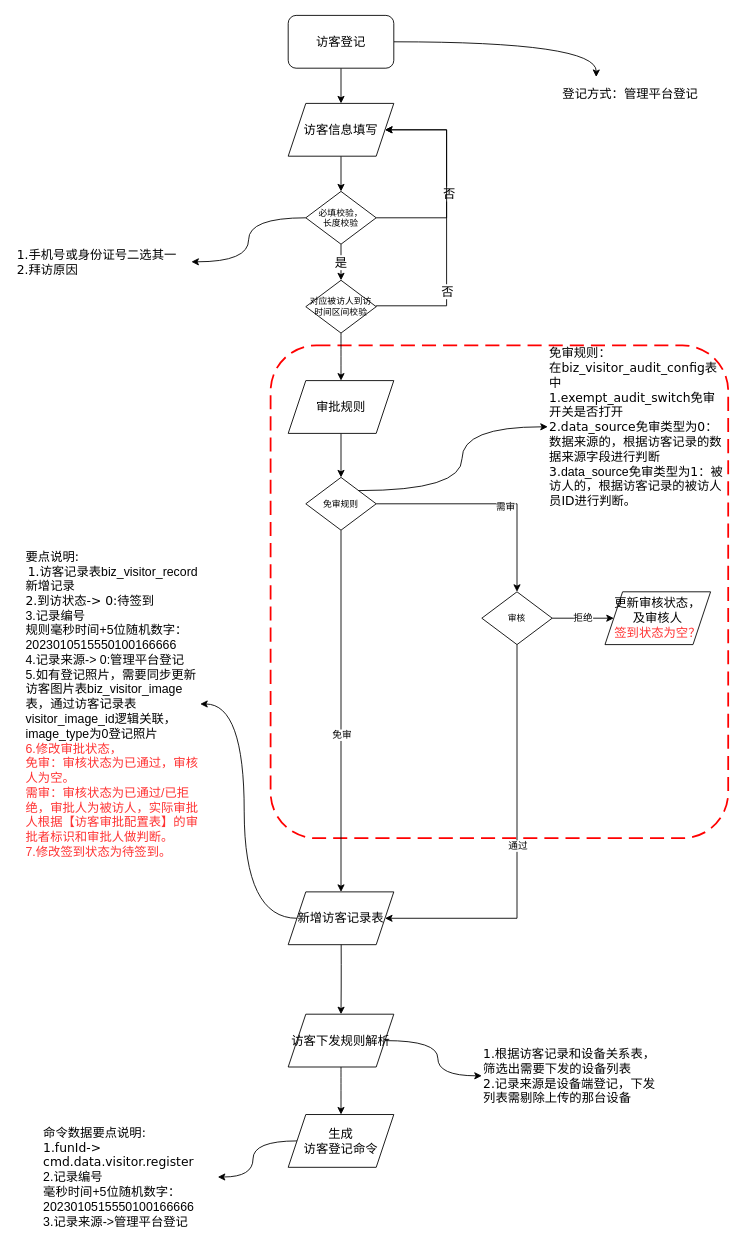
Above: page "访客登记细化-管理平台登记" (2 of 10) of 访客迭代3.7.1-平台和小程序和设备交互流程.drawio in chwnjianhui/draw.io (draw.io), before the change. Source tidied: cells renumbered, new cells numbered last; positions are measured from the earlier drawing's top-left corner, leaving out a move shared by most shapes. Both pictures are drawn from the tidied source at 88%, with x=0, y=0 at pixel (15, 15).
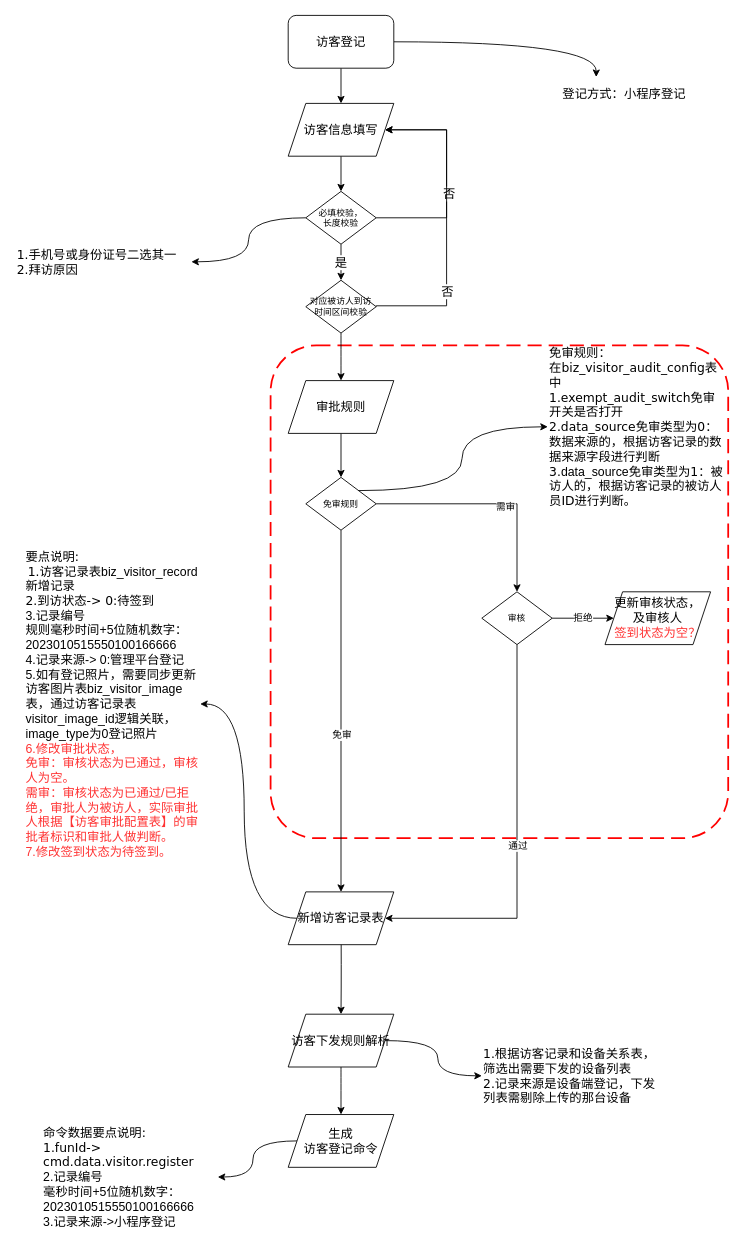
The same page after the edit.

What changed in the source:
```diff
@@
-    <mxCell id="27" value="&lt;span style=&quot;font-family: Verdana; font-size: 14px;&quot;&gt;登记方式：管理平台登记&lt;br style=&quot;font-size: 14px;&quot;&gt;&lt;/span&gt;" style="text;html=1;strokeColor=none;fillColor=none;align=left;verticalAlign=middle;whiteSpace=wrap;rounded=0;fontSize=14;" parent="1" vertex="1">
+    <mxCell id="27" value="&lt;span style=&quot;font-family: Verdana; font-size: 14px;&quot;&gt;登记方式：小程序登记&lt;br style=&quot;font-size: 14px;&quot;&gt;&lt;/span&gt;" style="text;html=1;strokeColor=none;fillColor=none;align=left;verticalAlign=middle;whiteSpace=wrap;rounded=0;fontSize=14;" parent="1" vertex="1">
       <mxGeometry x="620" y="69" width="170" height="40" as="geometry" />
     </mxCell>
-    <mxCell id="28" value="&lt;font face=&quot;Verdana&quot;&gt;命令数据要点说明:&lt;/font&gt;&lt;br&gt;&lt;font face=&quot;Verdana&quot;&gt;1.funId-&amp;gt; cmd.data.visitor.register&lt;br&gt;&lt;/font&gt;2.记录编号&lt;br&gt;毫秒时间+5位随机数字：2023010515550100166666&lt;br&gt;3.记录来源-&amp;gt;管理平台登记" style="text;html=1;strokeColor=none;fillColor=none;align=left;verticalAlign=middle;whiteSpace=wrap;rounded=0;fontSize=14;" parent="1" vertex="1">
+    <mxCell id="28" value="&lt;font face=&quot;Verdana&quot;&gt;命令数据要点说明:&lt;/font&gt;&lt;br&gt;&lt;font face=&quot;Verdana&quot;&gt;1.funId-&amp;gt; cmd.data.visitor.register&lt;br&gt;&lt;/font&gt;2.记录编号&lt;br&gt;毫秒时间+5位随机数字：2023010515550100166666&lt;br&gt;3.记录来源-&amp;gt;小程序登记" style="text;html=1;strokeColor=none;fillColor=none;align=left;verticalAlign=middle;whiteSpace=wrap;rounded=0;fontSize=14;" parent="1" vertex="1">
       <mxGeometry x="30" y="1265" width="200" height="110" as="geometry" />
     </mxCell>
```
